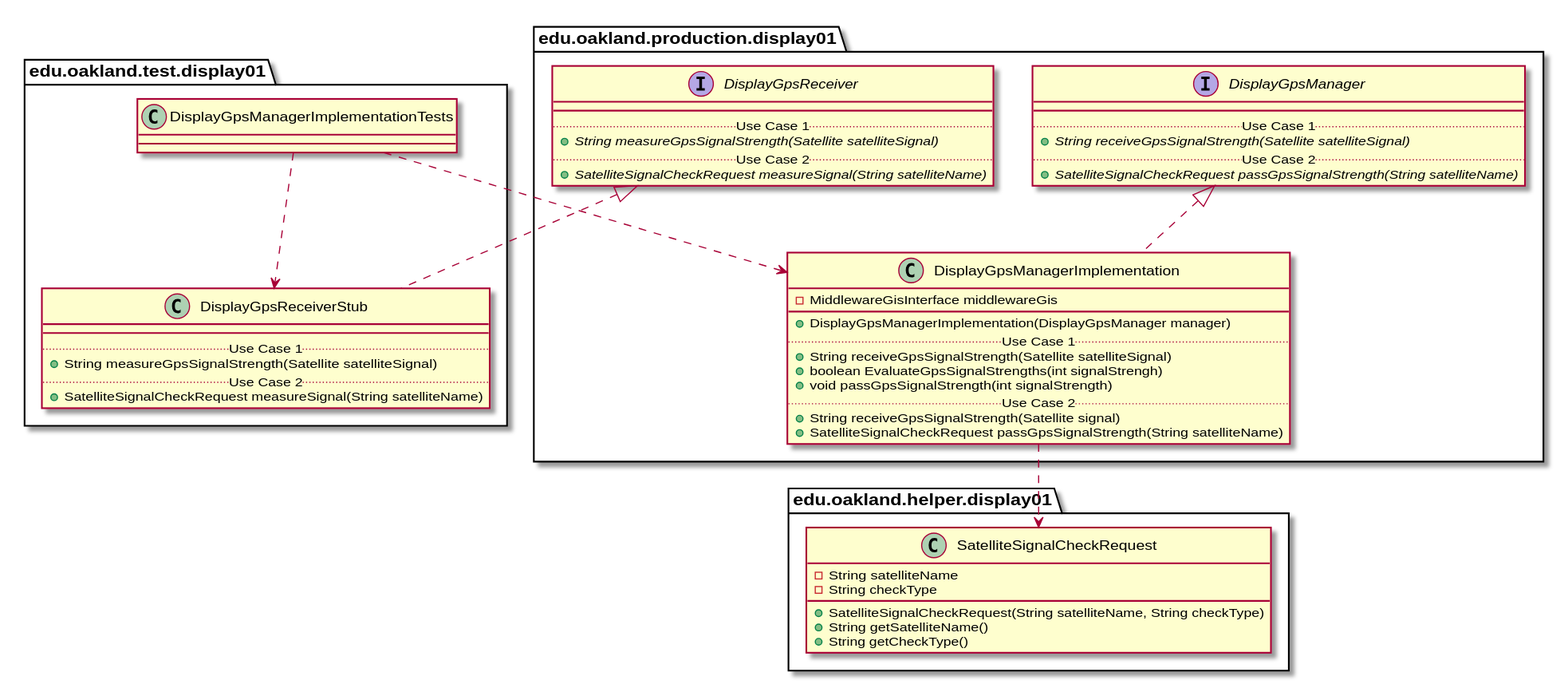
Earlier version of the PlantUML export docs/uml-class-diagrams/display01/test/DisplayGpsManagerImplementationTests/DisplayGpsManagerImplementationTests_Closure.svg (andrewdimmer/csi-3370-software-project). Its diagram source:
```plantuml
@startuml DisplayGpsManagerImplementationTests_Closure


package edu.oakland.test.display01 {
    class DisplayGpsManagerImplementationTests {

    }
}




package edu.oakland.test.display01 {
    class DisplayGpsReceiverStub {
        __
        .. Use Case 1 ..
        + String measureGpsSignalStrength(Satellite satelliteSignal)
        .. Use Case 2 ..
        + SatelliteSignalCheckRequest measureSignal(String satelliteName)
    }
}




package edu.oakland.production.display01 {
    interface DisplayGpsReceiver {
        __
        .. Use Case 1 ..
        {abstract} + String measureGpsSignalStrength(Satellite satelliteSignal)
        .. Use Case 2 ..
        {abstract} + SatelliteSignalCheckRequest measureSignal(String satelliteName)
    }
}






DisplayGpsReceiverStub .up.|> DisplayGpsReceiver



DisplayGpsManagerImplementationTests ..> DisplayGpsReceiverStub



package edu.oakland.production.display01 {
  class DisplayGpsManagerImplementation {
    - MiddlewareGisInterface middlewareGis
   __
    + DisplayGpsManagerImplementation(DisplayGpsManager manager)
    .. Use Case 1 ..
    + String receiveGpsSignalStrength(Satellite satelliteSignal)
    + boolean EvaluateGpsSignalStrengths(int signalStrengh)
    + void passGpsSignalStrength(int signalStrength)
    .. Use Case 2 ..
    + String receiveGpsSignalStrength(Satellite signal)
    + SatelliteSignalCheckRequest passGpsSignalStrength(String satelliteName)
    }
}




package edu.oakland.production.display01 {
    interface DisplayGpsManager {
        __
        .. Use Case 1 ..
        {abstract} + String receiveGpsSignalStrength(Satellite satelliteSignal)
        .. Use Case 2 ..
        {abstract} + SatelliteSignalCheckRequest passGpsSignalStrength(String satelliteName)
    }
}






DisplayGpsManagerImplementation .up.|> DisplayGpsManager



package edu.oakland.helper.display01 {
    class SatelliteSignalCheckRequest {
        - String satelliteName
        - String checkType
        + SatelliteSignalCheckRequest(String satelliteName, String checkType)
        + String getSatelliteName()
        + String getCheckType()
    }
}






DisplayGpsManagerImplementation ..> SatelliteSignalCheckRequest



DisplayGpsManagerImplementationTests ..> DisplayGpsManagerImplementation



@enduml
```
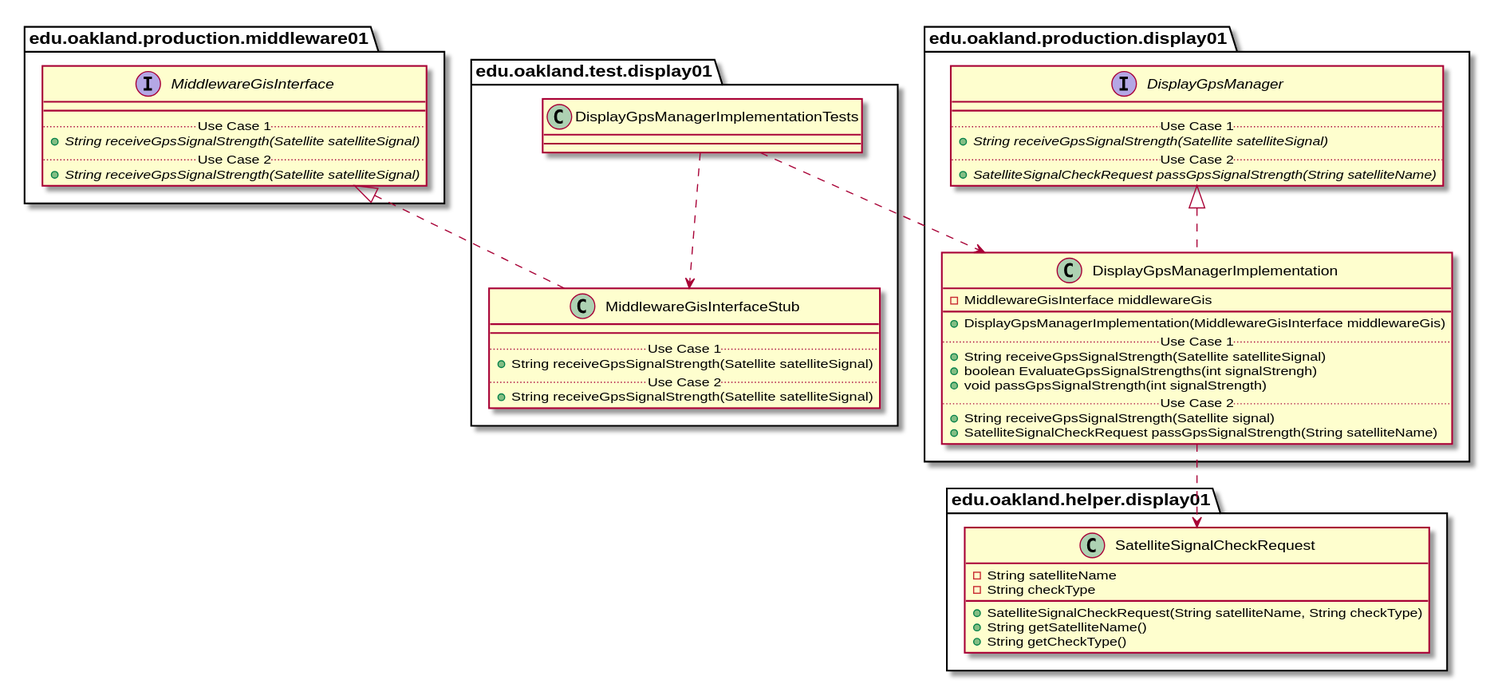
After the change.

What changed in the source:
```diff
@@ -11,25 +11,12 @@
 
 
 package edu.oakland.test.display01 {
-    class DisplayGpsReceiverStub {
+    class MiddlewareGisInterfaceStub {
         __
         .. Use Case 1 ..
-        + String measureGpsSignalStrength(Satellite satelliteSignal)
+        + String receiveGpsSignalStrength(Satellite satelliteSignal)
         .. Use Case 2 ..
-        + SatelliteSignalCheckRequest measureSignal(String satelliteName)
-    }
-}
-
-
-
-
-package edu.oakland.production.display01 {
-    interface DisplayGpsReceiver {
-        __
-        .. Use Case 1 ..
-        {abstract} + String measureGpsSignalStrength(Satellite satelliteSignal)
-        .. Use Case 2 ..
-        {abstract} + SatelliteSignalCheckRequest measureSignal(String satelliteName)
+        + String receiveGpsSignalStrength(Satellite satelliteSignal)
     }
 }
 
@@ -38,11 +25,24 @@
 
 
 
-DisplayGpsReceiverStub .up.|> DisplayGpsReceiver
+package edu.oakland.production.middleware01 {
+    interface MiddlewareGisInterface {
+        __
+        .. Use Case 1 ..
+        {abstract} + String receiveGpsSignalStrength(Satellite satelliteSignal)
+        .. Use Case 2 ..
+        {abstract} + String receiveGpsSignalStrength(Satellite satelliteSignal)
+    }
+}
 
 
 
-DisplayGpsManagerImplementationTests ..> DisplayGpsReceiverStub
+
+
+
+MiddlewareGisInterfaceStub .up.|> MiddlewareGisInterface
+
+DisplayGpsManagerImplementationTests ..> MiddlewareGisInterfaceStub
 
 
 
@@ -50,7 +50,7 @@
   class DisplayGpsManagerImplementation {
     - MiddlewareGisInterface middlewareGis
    __
-    + DisplayGpsManagerImplementation(DisplayGpsManager manager)
+    + DisplayGpsManagerImplementation(MiddlewareGisInterface middlewareGis)
     .. Use Case 1 ..
     + String receiveGpsSignalStrength(Satellite satelliteSignal)
     + boolean EvaluateGpsSignalStrengths(int signalStrengh)
```
